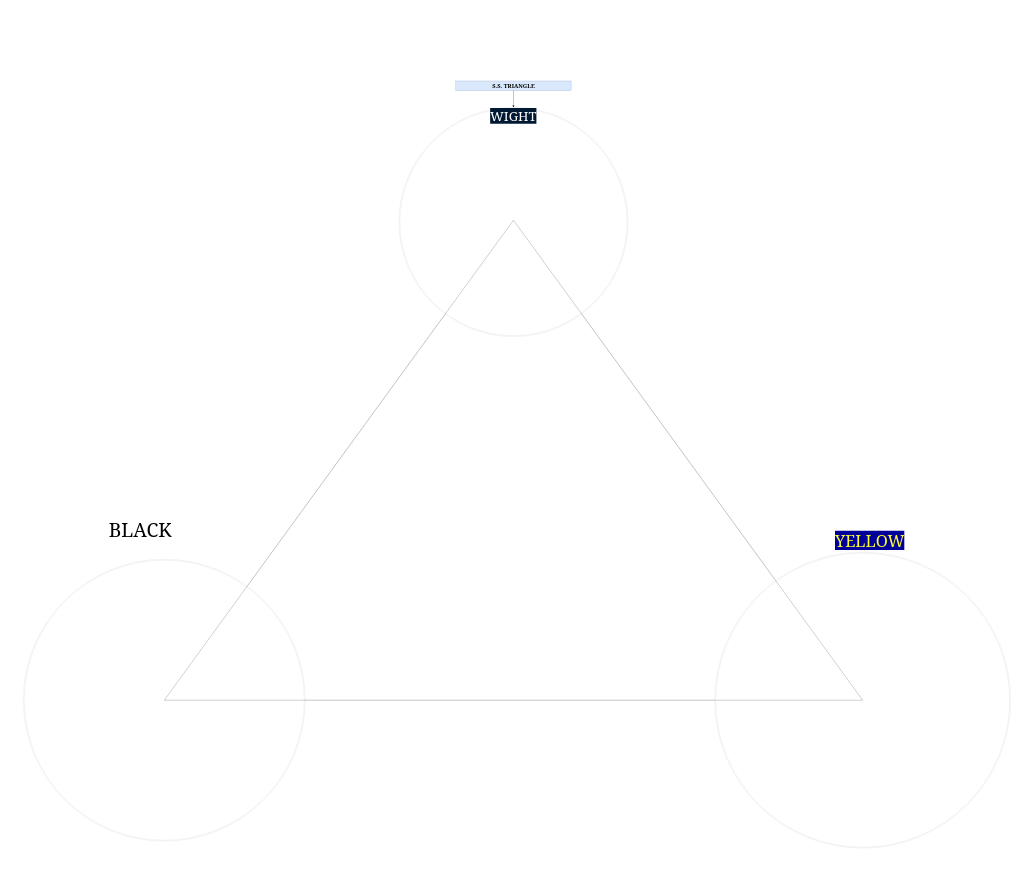
Before: Untitled Diagram.drawio in sergstorm/html, a draw.io diagram. Source tidied: cells renumbered, new cells numbered last; positions are measured from the earlier drawing's top-left corner, leaving out a move shared by most shapes. Both pictures are drawn from the tidied source at 24%, with x=0, y=0 at pixel (23, 81).
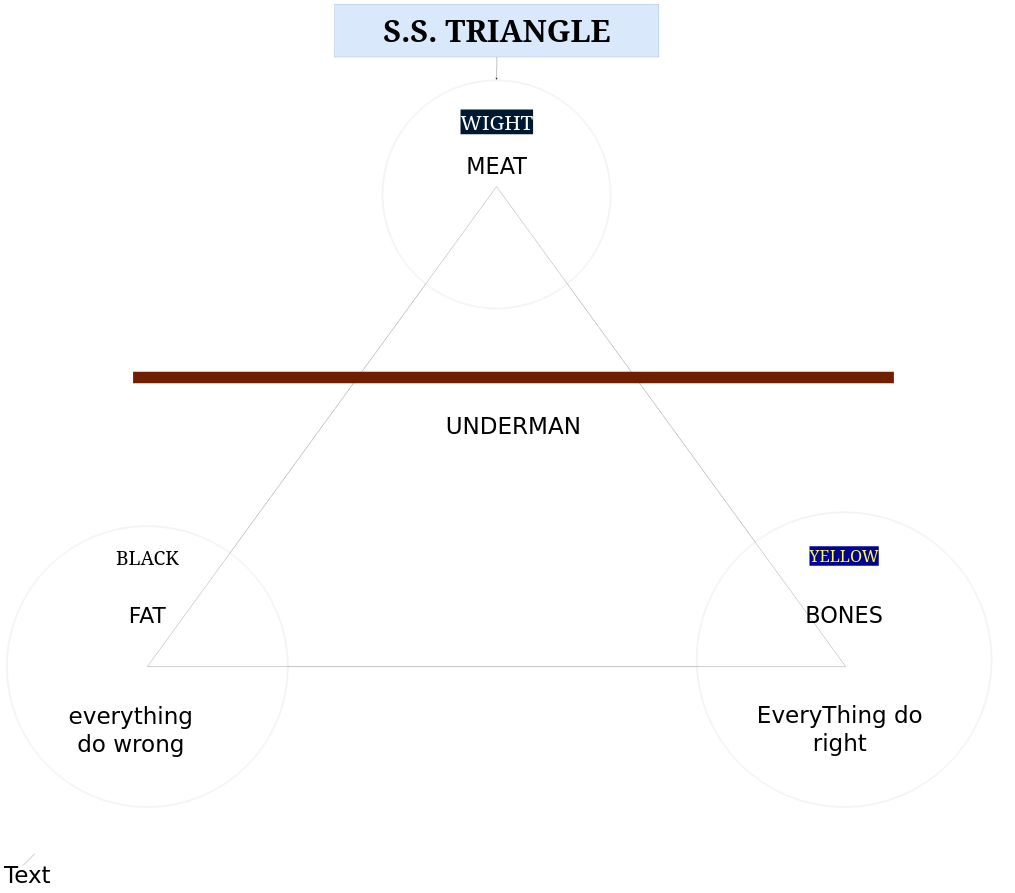
The same page after the edit.

Change to the diagram source:
```diff
@@
     <mxCell id="2" style="triangle;whiteSpace=wrap;html=1;direction=north;" parent="1" vertex="1">
-      <mxGeometry x="588" y="580" width="2910" height="2000" as="geometry" />
+      <mxGeometry x="517.5" y="440" width="2910" height="2000" as="geometry" />
     </mxCell>
-    <mxCell id="3" value="S.S. TRIANGLE" style="text;strokeColor=#6c8ebf;fillColor=#dae8fc;html=1;fontSize=24;fontStyle=1;verticalAlign=middle;align=center;fontFamily=Georgia;" parent="1" vertex="1">
-      <mxGeometry x="1803" width="480" height="40" as="geometry" />
+    <mxCell id="3" value="&lt;font style=&quot;font-size: 128px&quot;&gt;S.S. TRIANGLE&lt;/font&gt;" style="text;strokeColor=#6c8ebf;fillColor=#dae8fc;html=1;fontSize=24;fontStyle=1;verticalAlign=middle;align=center;fontFamily=Georgia;" parent="1" vertex="1">
+      <mxGeometry x="1298" y="-320" width="1351" height="220" as="geometry" />
     </mxCell>
     <mxCell id="4" style="ellipse;shape=doubleEllipse;whiteSpace=wrap;html=1;fontFamily=Georgia;opacity=20;" parent="1" vertex="1">
-      <mxGeometry x="1565.5" y="110" width="955" height="955" as="geometry" />
+      <mxGeometry x="1495" y="-5" width="955" height="955" as="geometry" />
     </mxCell>
@@
-    <mxCell id="6" value="&lt;font style=&quot;font-size: 55px ; background-color: rgb(0 , 25 , 51)&quot; color=&quot;#ffffff&quot;&gt;WIGHT&lt;/font&gt;" style="text;html=1;strokeColor=none;fillColor=none;align=center;verticalAlign=middle;whiteSpace=wrap;overflow=hidden;fontFamily=Georgia;opacity=20;" parent="1" vertex="1">
-      <mxGeometry x="1883" y="110" width="320" height="70" as="geometry" />
+    <mxCell id="6" value="&lt;font style=&quot;background-color: rgb(0 , 25 , 51) ; font-size: 86px&quot; color=&quot;#ffffff&quot;&gt;WIGHT&lt;/font&gt;" style="text;html=1;strokeColor=none;fillColor=none;align=center;verticalAlign=middle;whiteSpace=wrap;overflow=hidden;fontFamily=Georgia;opacity=20;" parent="1" vertex="1">
+      <mxGeometry x="1668.5" y="100" width="610" height="140" as="geometry" />
     </mxCell>
     <mxCell id="7" style="ellipse;shape=doubleEllipse;whiteSpace=wrap;html=1;fontFamily=Georgia;opacity=20;" parent="1" vertex="1">
-      <mxGeometry x="0.5" y="1992.5" width="1175" height="1175" as="geometry" />
+      <mxGeometry x="-70" y="1852.5" width="1175" height="1175" as="geometry" />
     </mxCell>
     <mxCell id="8" value="&lt;font style=&quot;font-size: 80px&quot;&gt;BLACK&lt;/font&gt;" style="text;html=1;strokeColor=none;fillColor=none;align=center;verticalAlign=middle;whiteSpace=wrap;overflow=hidden;fontFamily=Georgia;opacity=20;" parent="1" vertex="1">
-      <mxGeometry x="158" y="1814" width="660" height="106" as="geometry" />
+      <mxGeometry x="187.5" y="1934" width="660" height="106" as="geometry" />
     </mxCell>
     <mxCell id="9" style="ellipse;shape=doubleEllipse;whiteSpace=wrap;html=1;fontFamily=Georgia;opacity=20;" parent="1" vertex="1">
-      <mxGeometry x="2881.5" y="1963.5" width="1233" height="1233" as="geometry" />
+      <mxGeometry x="2804.5" y="1794.5" width="1233" height="1233" as="geometry" />
     </mxCell>
     <mxCell id="10" value="&lt;font style=&quot;font-size: 68px ; background-color: rgb(0 , 0 , 153)&quot; color=&quot;#ffff33&quot;&gt;YELLOW&lt;/font&gt;" style="text;html=1;strokeColor=none;fillColor=none;align=center;verticalAlign=middle;whiteSpace=wrap;overflow=hidden;fontFamily=Georgia;opacity=20;" parent="1" vertex="1">
-      <mxGeometry x="3318" y="1857" width="420" height="113" as="geometry" />
+      <mxGeometry x="3211" y="1917" width="420" height="123" as="geometry" />
     </mxCell>
+    <mxCell id="11" value="&lt;font style=&quot;font-size: 91px&quot;&gt;FAT&lt;/font&gt;" style="text;html=1;strokeColor=none;fillColor=none;align=center;verticalAlign=middle;whiteSpace=wrap;overflow=hidden;fontSize=51;fontFamily=Verdana;" parent="1" vertex="1">
+      <mxGeometry x="359" y="2155.5" width="317" height="139" as="geometry" />
+    </mxCell>
+    <mxCell id="12" value="BONES" style="text;html=1;strokeColor=none;fillColor=none;align=center;verticalAlign=middle;whiteSpace=wrap;rounded=0;fontFamily=Verdana;fontSize=93;" parent="1" vertex="1">
+      <mxGeometry x="3246" y="2109.5" width="350" height="231" as="geometry" />
+    </mxCell>
+    <mxCell id="13" value="MEAT" style="text;html=1;strokeColor=none;fillColor=none;align=center;verticalAlign=middle;whiteSpace=wrap;rounded=0;fontFamily=Verdana;fontSize=93;" parent="1" vertex="1">
+      <mxGeometry x="1812.5" y="242.5" width="320" height="230" as="geometry" />
+    </mxCell>
+    <mxCell id="14" style="endArrow=none;html=1;fontFamily=Verdana;fontSize=93;" parent="1" edge="1">
+      <mxGeometry relative="1" as="geometry">
+        <mxPoint x="-2" y="3270" as="sourcePoint" />
+        <mxPoint x="48" y="3220" as="targetPoint" />
+      </mxGeometry>
+    </mxCell>
+    <mxCell id="15" style="endArrow=none;html=1;fontFamily=Verdana;fontSize=96;spacing=8;strokeWidth=48;fillColor=#a0522d;strokeColor=#6D1F00;" parent="1" edge="1">
+      <mxGeometry relative="1" as="geometry">
+        <mxPoint x="458" y="1235" as="sourcePoint" />
+        <mxPoint x="3628" y="1235" as="targetPoint" />
+      </mxGeometry>
+    </mxCell>
+    <mxCell id="16" value="Text" style="text;html=1;strokeColor=none;fillColor=none;align=center;verticalAlign=middle;whiteSpace=wrap;rounded=0;fontFamily=Verdana;fontSize=96;" parent="1" vertex="1">
+      <mxGeometry x="-2" y="3300" width="40" height="20" as="geometry" />
+    </mxCell>
+    <mxCell id="17" value="UNDERMAN" style="text;html=1;strokeColor=none;fillColor=none;align=center;verticalAlign=middle;whiteSpace=wrap;rounded=0;fontFamily=Verdana;fontSize=96;" parent="1" vertex="1">
+      <mxGeometry x="1613" y="1358.5" width="860" height="163" as="geometry" />
+    </mxCell>
+    <mxCell id="18" value="EveryThing do right" style="text;html=1;strokeColor=none;fillColor=none;align=center;verticalAlign=middle;whiteSpace=wrap;rounded=0;fontFamily=Verdana;fontSize=96;" parent="1" vertex="1">
+      <mxGeometry x="3028" y="2590" width="750" height="220" as="geometry" />
+    </mxCell>
+    <mxCell id="19" value="everything do wrong" style="text;html=1;strokeColor=none;fillColor=none;align=center;verticalAlign=middle;whiteSpace=wrap;rounded=0;fontFamily=Verdana;fontSize=96;" parent="1" vertex="1">
+      <mxGeometry x="222" y="2590" width="454" height="230" as="geometry" />
+    </mxCell>
```
